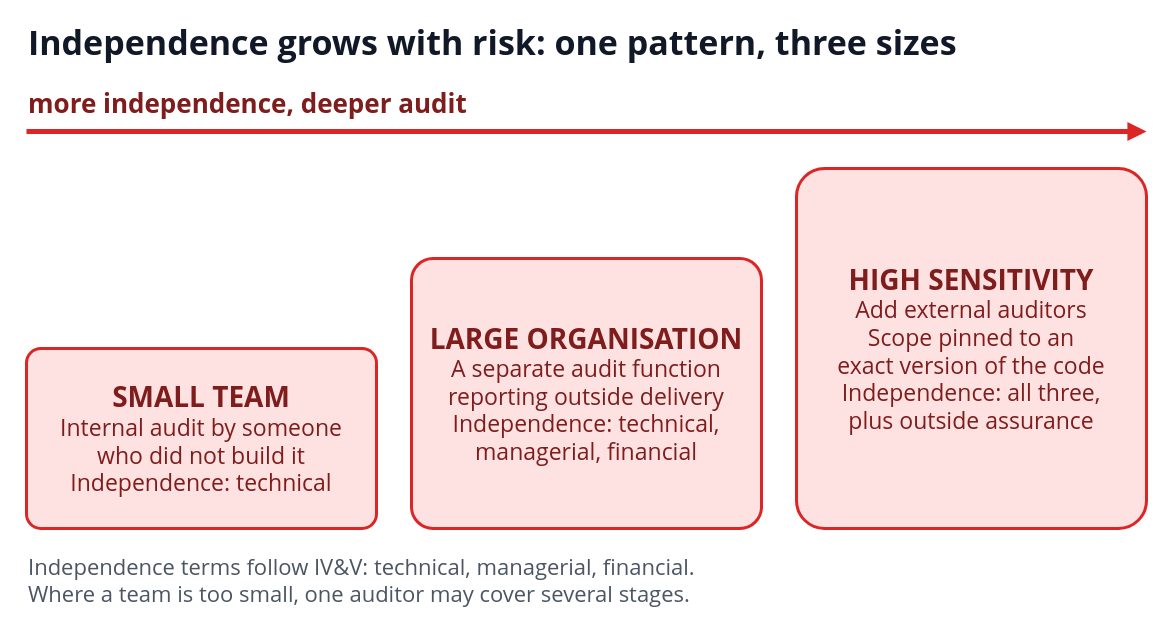
The draw.io diagram diagrams/06-three-sizes.drawio in i-asimkhan/ledger-layer-pattern, before the edit. Source tidied: cells renumbered, new cells numbered last; positions are measured from the earlier drawing's top-left corner, leaving out a move shared by most shapes. Both pictures are drawn from the tidied source at 100%, with x=0, y=0 at pixel (26, 17).
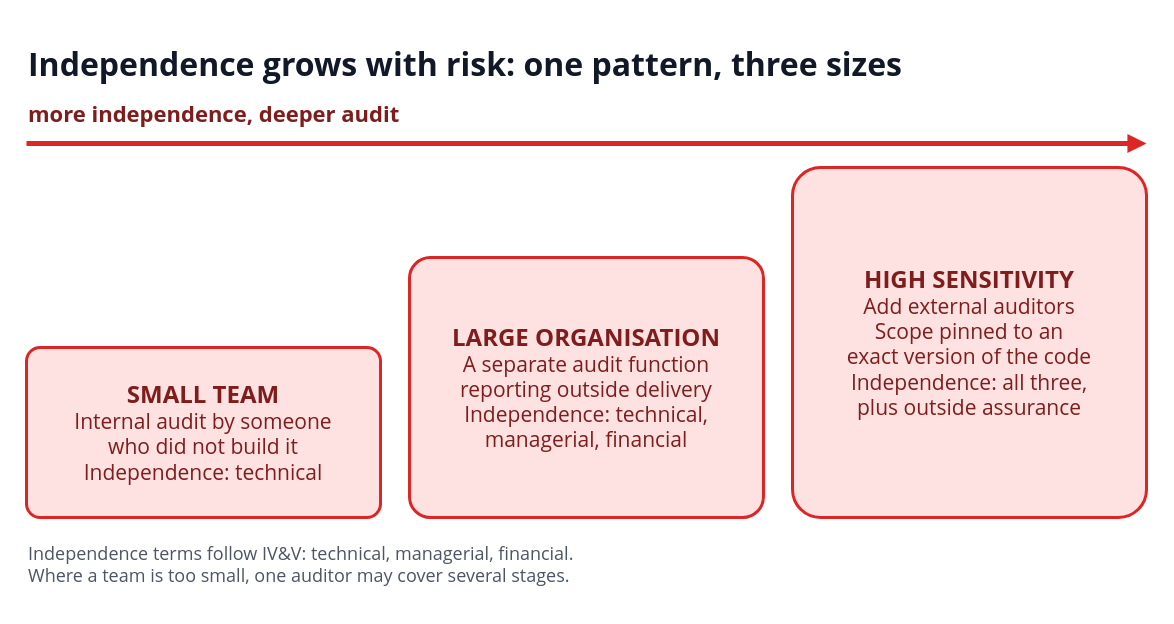
The same page after the edit.

The edit, as a diff of the source:
```diff
@@
 <mxGraphModel>
   <root>
     <mxCell id="0" />
     <mxCell id="1" parent="0" />
-    <mxCell id="2" value="Independence grows with risk: one pattern, three sizes" style="text;html=1;strokeColor=none;fillColor=none;whiteSpace=wrap;verticalAlign=middle;align=left;fontSize=34;fontColor=#111827;fontFamily=Segoe UI;fontStyle=1;" parent="1" vertex="1">
-      <mxGeometry width="1120" height="50" as="geometry" />
+    <mxCell id="2" value="Independence grows with risk: one pattern, three sizes" style="text;html=1;strokeColor=none;fillColor=none;whiteSpace=wrap;verticalAlign=middle;align=left;fontSize=32;fontColor=#111827;fontFamily=Segoe UI;fontStyle=1;" parent="1" vertex="1">
+      <mxGeometry y="26" width="1120" height="42" as="geometry" />
     </mxCell>
-    <mxCell id="3" value="more independence, deeper audit" style="text;html=1;strokeColor=none;fillColor=none;whiteSpace=wrap;verticalAlign=middle;align=left;fontSize=26;fontColor=#7F1D1D;fontFamily=Segoe UI;fontStyle=1;" parent="1" vertex="1">
-      <mxGeometry y="68" width="1120" height="36" as="geometry" />
+    <mxCell id="3" value="more independence, deeper audit" style="text;html=1;strokeColor=none;fillColor=none;whiteSpace=wrap;verticalAlign=middle;align=left;fontSize=22;fontColor=#7F1D1D;fontFamily=Segoe UI;fontStyle=1;" parent="1" vertex="1">
+      <mxGeometry y="80" width="1120" height="32" as="geometry" />
     </mxCell>
     <mxCell id="4" style="endArrow=block;endFill=1;html=1;rounded=0;strokeColor=#DC2626;strokeWidth=5;" parent="1" edge="1">
       <mxGeometry relative="1" as="geometry">
-        <mxPoint y="114" as="sourcePoint" />
-        <mxPoint x="1120" y="114" as="targetPoint" />
+        <mxPoint y="126" as="sourcePoint" />
+        <mxPoint x="1120" y="126" as="targetPoint" />
       </mxGeometry>
     </mxCell>
-    <mxCell id="5" value="&lt;span style=&quot;font-size:28px&quot;&gt;&lt;b&gt;SMALL TEAM&lt;/b&gt;&lt;/span&gt;&lt;br&gt;&lt;span style=&quot;font-size:23px&quot;&gt;Internal audit by someone&lt;/span&gt;&lt;br&gt;&lt;span style=&quot;font-size:23px&quot;&gt;who did not build it&lt;/span&gt;&lt;br&gt;&lt;span style=&quot;font-size:23px&quot;&gt;Independence: technical&lt;/span&gt;" style="rounded=1;arcSize=8;whiteSpace=wrap;html=1;fillColor=#FEE2E2;strokeColor=#DC2626;fontColor=#7F1D1D;strokeWidth=3;align=center;verticalAlign=middle;fontSize=23;fontFamily=Segoe UI;" parent="1" vertex="1">
-      <mxGeometry y="331" width="350" height="180" as="geometry" />
+    <mxCell id="5" value="&lt;span style=&quot;font-size:24px&quot;&gt;&lt;b&gt;SMALL TEAM&lt;/b&gt;&lt;/span&gt;&lt;br&gt;&lt;span style=&quot;font-size:21px&quot;&gt;Internal audit by someone&lt;/span&gt;&lt;br&gt;&lt;span style=&quot;font-size:21px&quot;&gt;who did not build it&lt;/span&gt;&lt;br&gt;&lt;span style=&quot;font-size:21px&quot;&gt;Independence: technical&lt;/span&gt;" style="rounded=1;arcSize=8;whiteSpace=wrap;html=1;fillColor=#FEE2E2;strokeColor=#DC2626;fontColor=#7F1D1D;strokeWidth=3;align=center;verticalAlign=middle;fontSize=21;fontFamily=Segoe UI;spacing=14;" parent="1" vertex="1">
+      <mxGeometry y="330" width="354" height="170" as="geometry" />
     </mxCell>
-    <mxCell id="6" value="&lt;span style=&quot;font-size:28px&quot;&gt;&lt;b&gt;LARGE ORGANISATION&lt;/b&gt;&lt;/span&gt;&lt;br&gt;&lt;span style=&quot;font-size:23px&quot;&gt;A separate audit function&lt;/span&gt;&lt;br&gt;&lt;span style=&quot;font-size:23px&quot;&gt;reporting outside delivery&lt;/span&gt;&lt;br&gt;&lt;span style=&quot;font-size:23px&quot;&gt;Independence: technical,&lt;/span&gt;&lt;br&gt;&lt;span style=&quot;font-size:23px&quot;&gt;managerial, financial&lt;/span&gt;" style="rounded=1;arcSize=8;whiteSpace=wrap;html=1;fillColor=#FEE2E2;strokeColor=#DC2626;fontColor=#7F1D1D;strokeWidth=3;align=center;verticalAlign=middle;fontSize=23;fontFamily=Segoe UI;" parent="1" vertex="1">
-      <mxGeometry x="385" y="241" width="350" height="270" as="geometry" />
+    <mxCell id="6" value="&lt;span style=&quot;font-size:24px&quot;&gt;&lt;b&gt;LARGE ORGANISATION&lt;/b&gt;&lt;/span&gt;&lt;br&gt;&lt;span style=&quot;font-size:21px&quot;&gt;A separate audit function&lt;/span&gt;&lt;br&gt;&lt;span style=&quot;font-size:21px&quot;&gt;reporting outside delivery&lt;/span&gt;&lt;br&gt;&lt;span style=&quot;font-size:21px&quot;&gt;Independence: technical,&lt;/span&gt;&lt;br&gt;&lt;span style=&quot;font-size:21px&quot;&gt;managerial, financial&lt;/span&gt;" style="rounded=1;arcSize=8;whiteSpace=wrap;html=1;fillColor=#FEE2E2;strokeColor=#DC2626;fontColor=#7F1D1D;strokeWidth=3;align=center;verticalAlign=middle;fontSize=21;fontFamily=Segoe UI;spacing=14;" parent="1" vertex="1">
+      <mxGeometry x="383" y="240" width="354" height="260" as="geometry" />
     </mxCell>
-    <mxCell id="7" value="&lt;span style=&quot;font-size:28px&quot;&gt;&lt;b&gt;HIGH SENSITIVITY&lt;/b&gt;&lt;/span&gt;&lt;br&gt;&lt;span style=&quot;font-size:23px&quot;&gt;Add external auditors&lt;/span&gt;&lt;br&gt;&lt;span style=&quot;font-size:23px&quot;&gt;Scope pinned to an&lt;/span&gt;&lt;br&gt;&lt;span style=&quot;font-size:23px&quot;&gt;exact version of the code&lt;/span&gt;&lt;br&gt;&lt;span style=&quot;font-size:23px&quot;&gt;Independence: all three,&lt;/span&gt;&lt;br&gt;&lt;span style=&quot;font-size:23px&quot;&gt;plus outside assurance&lt;/span&gt;" style="rounded=1;arcSize=8;whiteSpace=wrap;html=1;fillColor=#FEE2E2;strokeColor=#DC2626;fontColor=#7F1D1D;strokeWidth=3;align=center;verticalAlign=middle;fontSize=23;fontFamily=Segoe UI;" parent="1" vertex="1">
-      <mxGeometry x="770" y="151" width="350" height="360" as="geometry" />
+    <mxCell id="7" value="&lt;span style=&quot;font-size:24px&quot;&gt;&lt;b&gt;HIGH SENSITIVITY&lt;/b&gt;&lt;/span&gt;&lt;br&gt;&lt;span style=&quot;font-size:21px&quot;&gt;Add external auditors&lt;/span&gt;&lt;br&gt;&lt;span style=&quot;font-size:21px&quot;&gt;Scope pinned to an&lt;/span&gt;&lt;br&gt;&lt;span style=&quot;font-size:21px&quot;&gt;exact version of the code&lt;/span&gt;&lt;br&gt;&lt;span style=&quot;font-size:21px&quot;&gt;Independence: all three,&lt;/span&gt;&lt;br&gt;&lt;span style=&quot;font-size:21px&quot;&gt;plus outside assurance&lt;/span&gt;" style="rounded=1;arcSize=8;whiteSpace=wrap;html=1;fillColor=#FEE2E2;strokeColor=#DC2626;fontColor=#7F1D1D;strokeWidth=3;align=center;verticalAlign=middle;fontSize=21;fontFamily=Segoe UI;spacing=14;" parent="1" vertex="1">
+      <mxGeometry x="766" y="150" width="354" height="350" as="geometry" />
     </mxCell>
-    <mxCell id="8" value="Independence terms follow IV&amp;amp;V: technical, managerial, financial.&lt;br&gt;Where a team is too small, one auditor may cover several stages." style="text;html=1;strokeColor=none;fillColor=none;whiteSpace=wrap;verticalAlign=middle;align=left;fontSize=22;fontColor=#4B5563;fontFamily=Segoe UI;fontStyle=0;" parent="1" vertex="1">
-      <mxGeometry y="534" width="1120" height="56" as="geometry" />
+    <mxCell id="8" value="Independence terms follow IV&amp;amp;V: technical, managerial, financial.&lt;br&gt;Where a team is too small, one auditor may cover several stages." style="text;html=1;strokeColor=none;fillColor=none;whiteSpace=wrap;verticalAlign=middle;align=left;fontSize=18;fontColor=#4B5563;fontFamily=Segoe UI;fontStyle=0;" parent="1" vertex="1">
+      <mxGeometry y="522" width="1120" height="50" as="geometry" />
     </mxCell>
   </root>
 </mxGraphModel>
```
